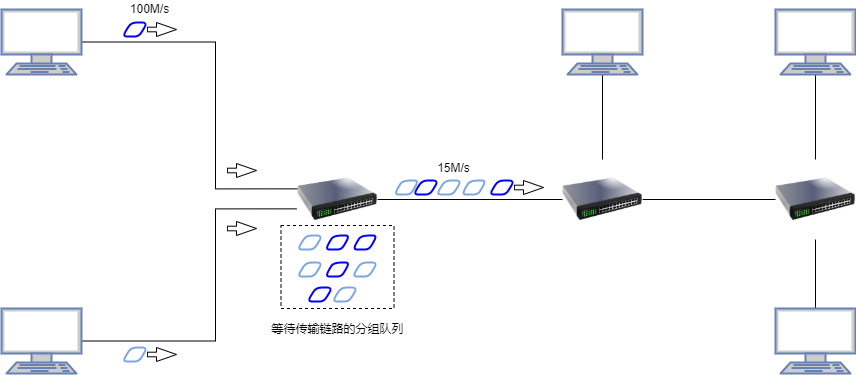
Before: compute-networking/img/compute-networking_2.png, a diagram exported from draw.io (an-die-freude/computer-network-note). Source tidied: cells renumbered, new cells last; positions are measured from the earlier drawing's top-left corner, leaving out a move shared by most shapes.
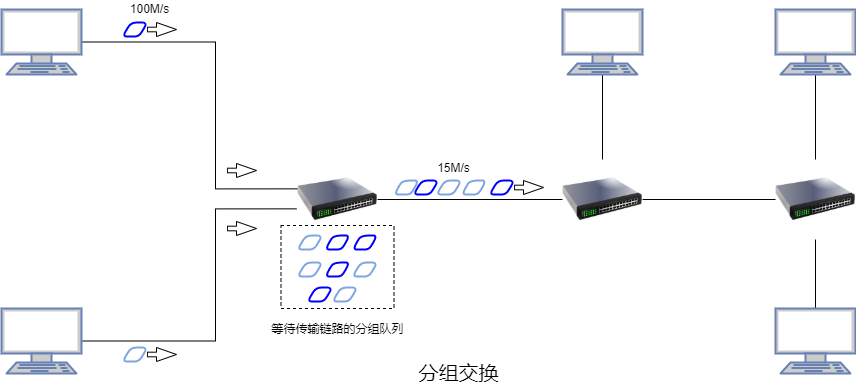
The same file after the commit.

What changed in the source:
```diff
@@ -129,5 +129,8 @@
     <mxCell id="40" style="html=1;shadow=0;dashed=0;align=center;verticalAlign=middle;shape=mxgraph.arrows2.arrow;dy=0.67;dx=20;notch=0;" parent="1" vertex="1">
       <mxGeometry x="226" y="221" width="29" height="14" as="geometry" />
     </mxCell>
+    <mxCell id="41" value="&lt;font style=&quot;font-size: 20px&quot;&gt;分组交换&lt;/font&gt;" style="text;html=1;align=center;verticalAlign=middle;strokeColor=none;fillColor=none;" parent="1" vertex="1">
+      <mxGeometry x="412" y="361" width="90" height="21" as="geometry" />
+    </mxCell>
   </root>
 </mxGraphModel>
```
